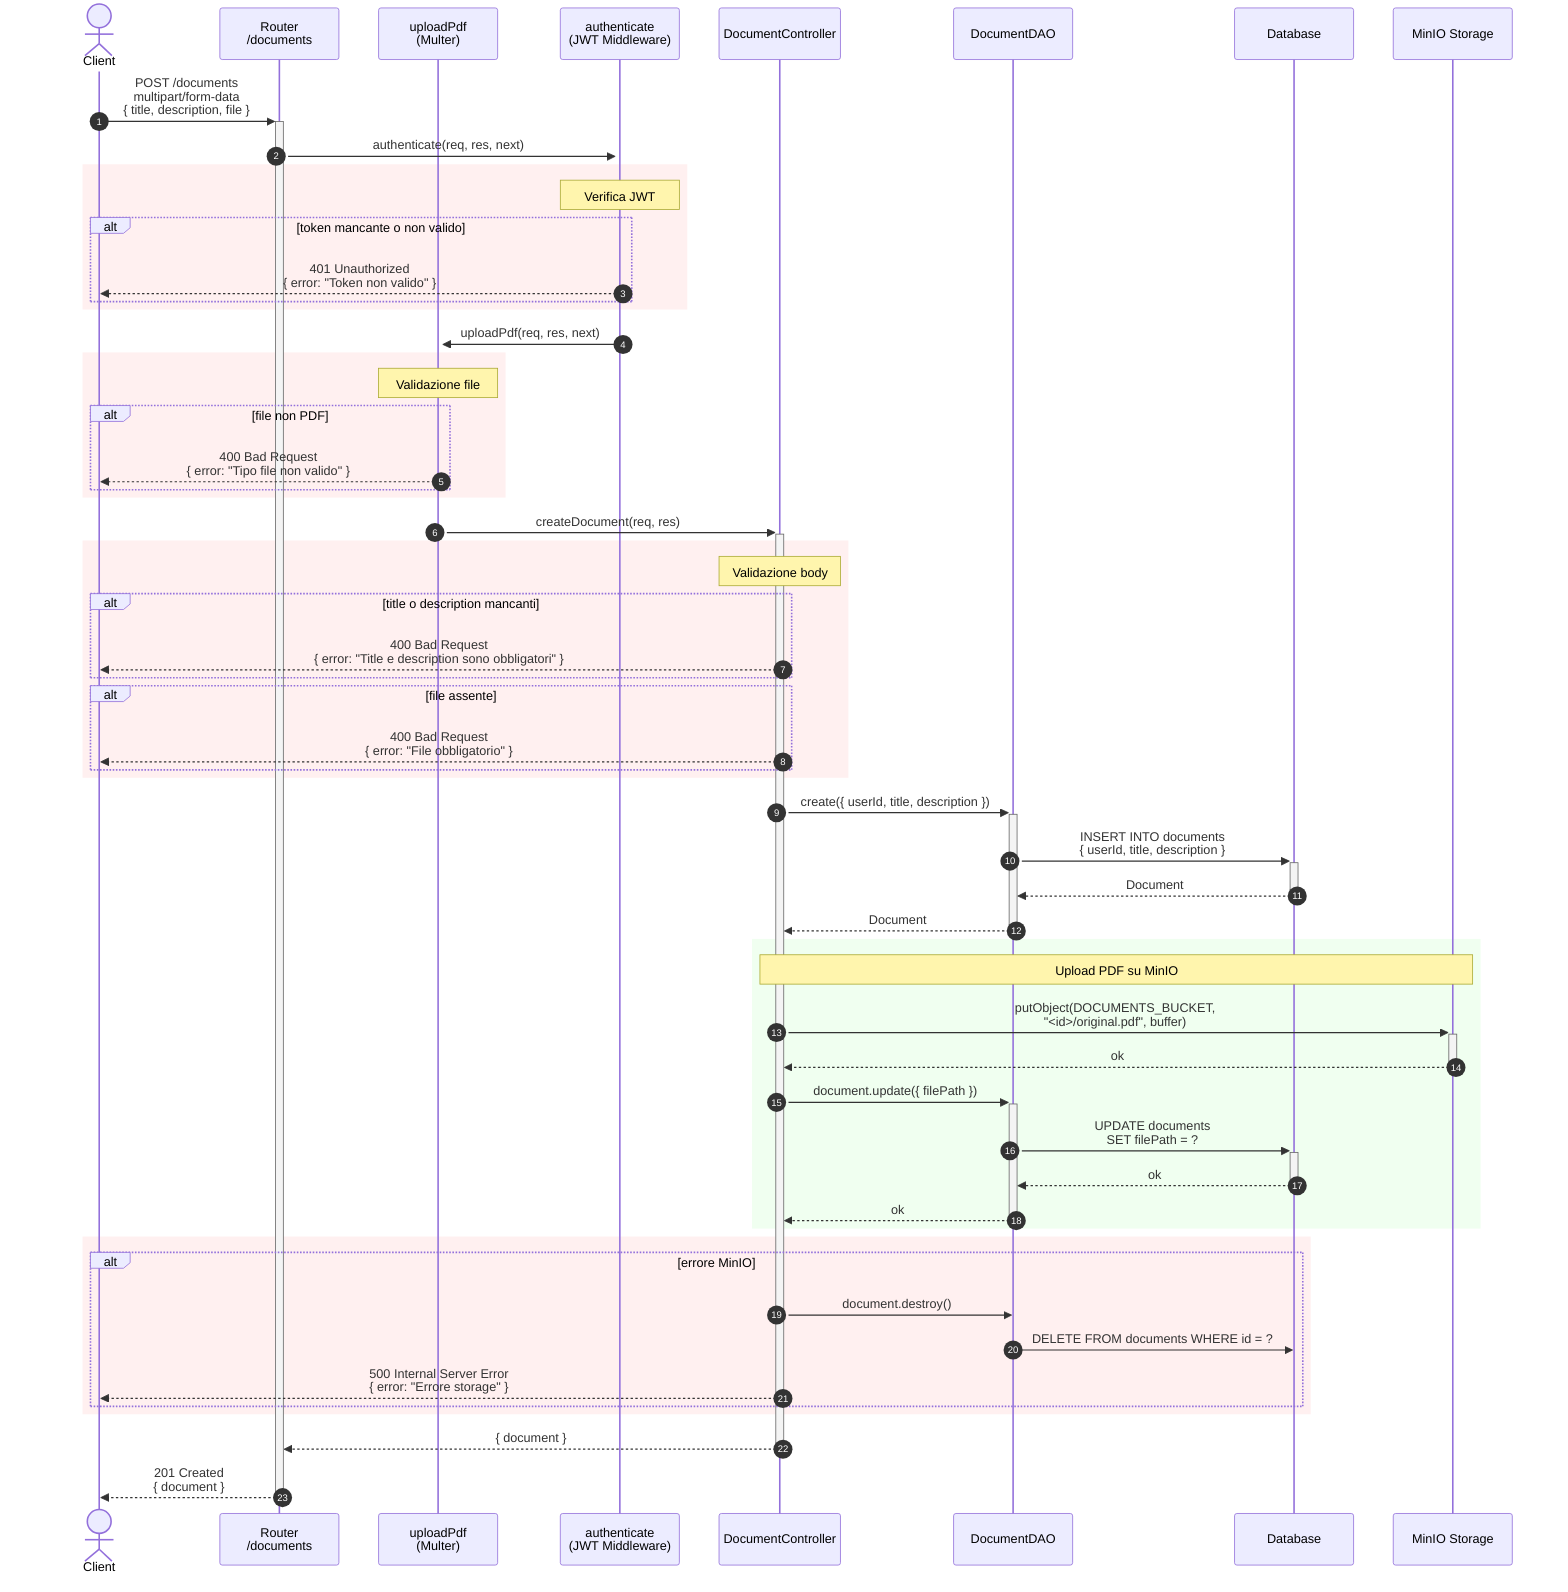
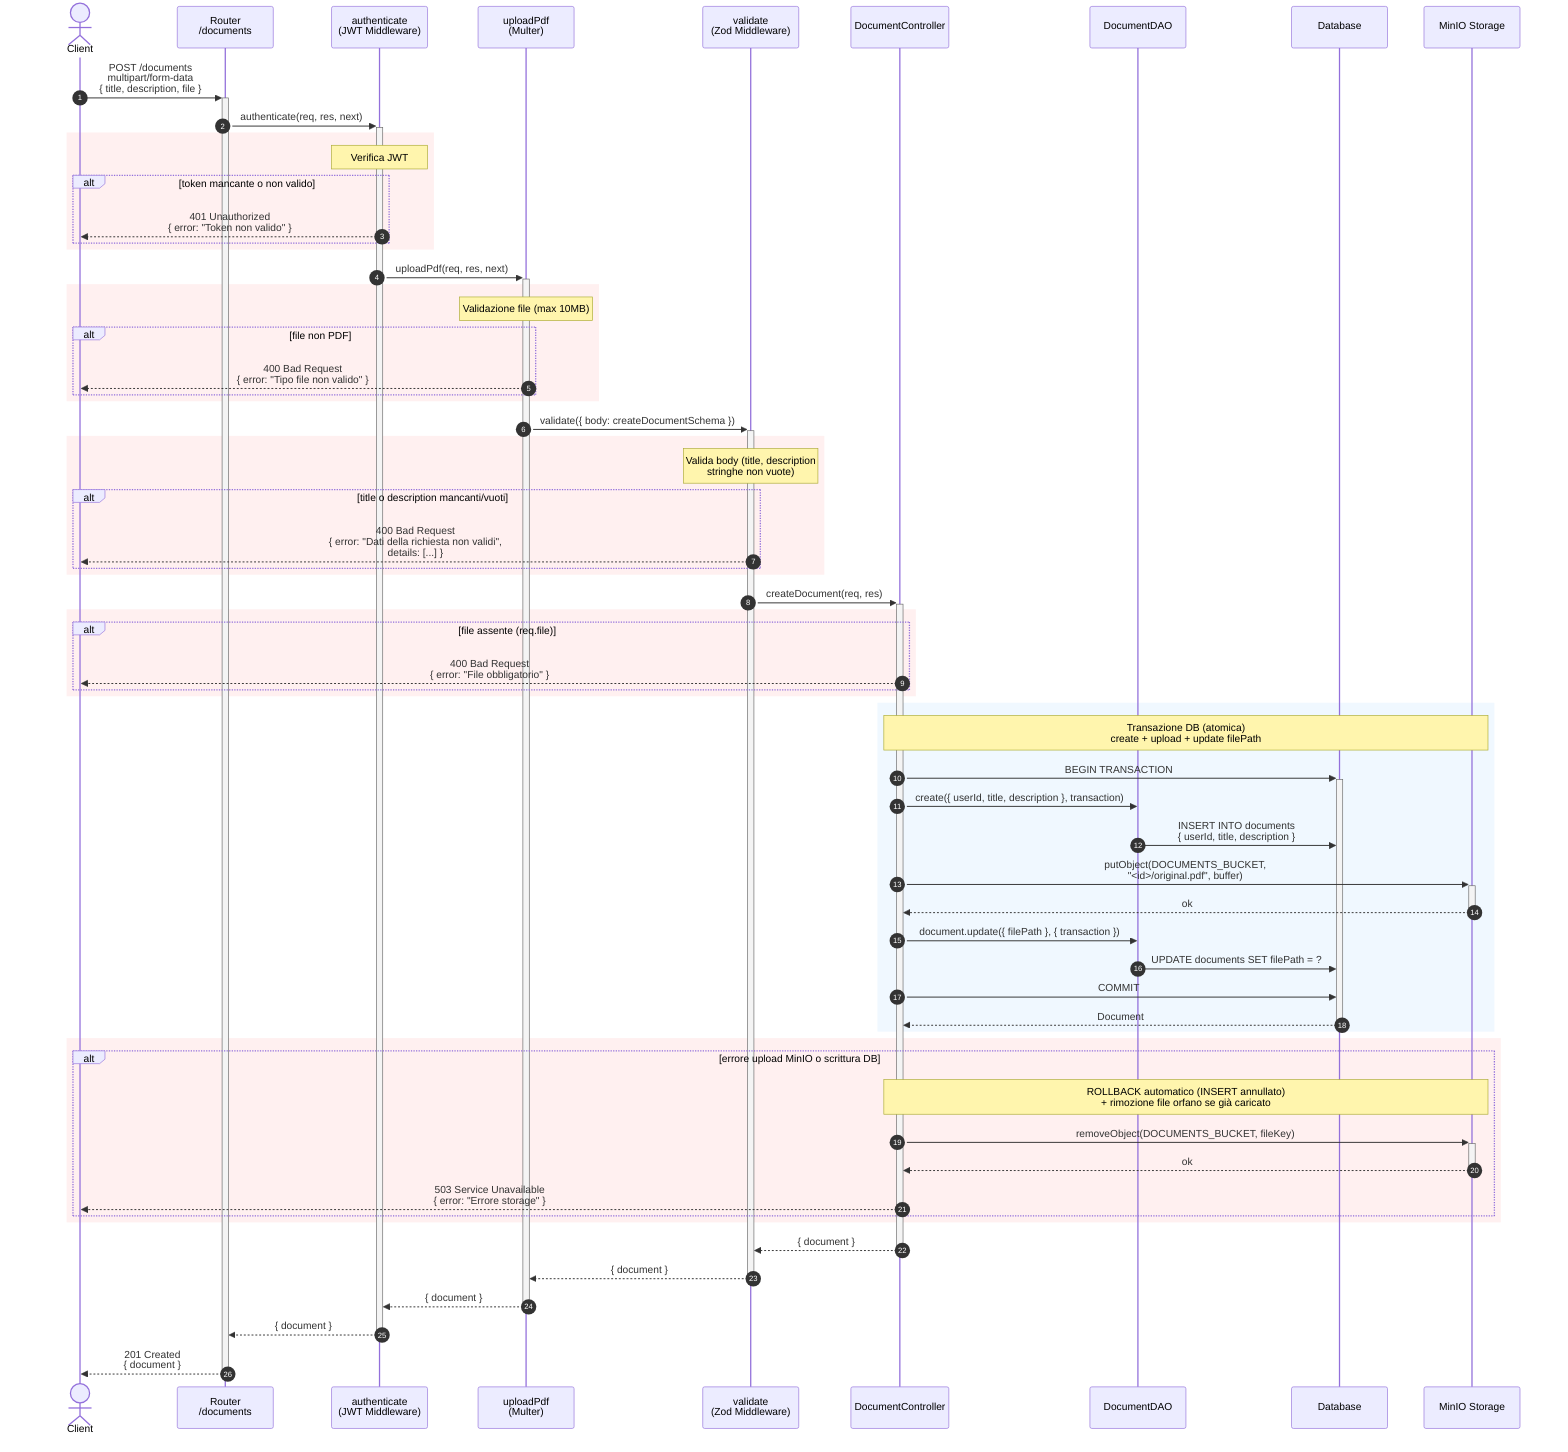
sequenceDiagram
    autonumber
    actor Client
    participant Router as Router<br/>/documents
+     participant Auth as authenticate<br/>(JWT Middleware)
    participant Upload as uploadPdf<br/>(Multer)
-     participant Auth as authenticate<br/>(JWT Middleware)
+     participant Validate as validate<br/>(Zod Middleware)
    participant Controller as DocumentController
    participant DAO as DocumentDAO
    participant DB@{ shape: "database" } as Database
    participant Minio as MinIO Storage

    Client->>+Router: POST /documents<br/>multipart/form-data<br/>{ title, description, file }

    Router->>+Auth: authenticate(req, res, next)

    rect rgb(255, 240, 240)
        note over Auth: Verifica JWT
        alt token mancante o non valido
            Auth-->>Client: 401 Unauthorized<br/>{ error: "Token non valido" }
        end
    end

    Auth->>+Upload: uploadPdf(req, res, next)

    rect rgb(255, 240, 240)
-         note over Upload: Validazione file
+         note over Upload: Validazione file (max 10MB)
        alt file non PDF
            Upload-->>Client: 400 Bad Request<br/>{ error: "Tipo file non valido" }
        end
    end

-     Upload->>+Controller: createDocument(req, res)
+     Upload->>+Validate: validate({ body: createDocumentSchema })

    rect rgb(255, 240, 240)
-         note over Controller: Validazione body
-         alt title o description mancanti
-             Controller-->>Client: 400 Bad Request<br/>{ error: "Title e description sono obbligatori" }
+         note over Validate: Valida body (title, description<br/>stringhe non vuote)
+         alt title o description mancanti/vuoti
+             Validate-->>Client: 400 Bad Request<br/>{ error: "Dati della richiesta non validi",<br/>details: [...] }
        end
-         alt file assente
+     end
+ 
+     Validate->>+Controller: createDocument(req, res)
+ 
+     rect rgb(255, 240, 240)
+         alt file assente (req.file)
            Controller-->>Client: 400 Bad Request<br/>{ error: "File obbligatorio" }
        end
    end

-     Controller->>+DAO: create({ userId, title, description })
-     DAO->>+DB: INSERT INTO documents<br/>{ userId, title, description }
-     DB-->>-DAO: Document
-     DAO-->>-Controller: Document
+     rect rgb(240, 248, 255)
+         note over Controller,Minio: Transazione DB (atomica)<br/>create + upload + update filePath
+         Controller->>+DB: BEGIN TRANSACTION

-     rect rgb(240, 255, 240)
-         note over Controller,Minio: Upload PDF su MinIO
+         Controller->>DAO: create({ userId, title, description }, transaction)
+         DAO->>DB: INSERT INTO documents<br/>{ userId, title, description }
+ 
        Controller->>+Minio: putObject(DOCUMENTS_BUCKET,<br/>"<id>/original.pdf", buffer)
        Minio-->>-Controller: ok
-         Controller->>+DAO: document.update({ filePath })
-         DAO->>+DB: UPDATE documents<br/>SET filePath = ?
-         DB-->>-DAO: ok
-         DAO-->>-Controller: ok
+ 
+         Controller->>DAO: document.update({ filePath }, { transaction })
+         DAO->>DB: UPDATE documents SET filePath = ?
+ 
+         Controller->>DB: COMMIT
+         DB-->>-Controller: Document
    end

    rect rgb(255, 240, 240)
-         alt errore MinIO
-             Controller->>DAO: document.destroy()
-             DAO->>DB: DELETE FROM documents WHERE id = ?
-             Controller-->>Client: 500 Internal Server Error<br/>{ error: "Errore storage" }
+         alt errore upload MinIO o scrittura DB
+             note over Controller,Minio: ROLLBACK automatico (INSERT annullato)<br/>+ rimozione file orfano se già caricato
+             Controller->>+Minio: removeObject(DOCUMENTS_BUCKET, fileKey)
+             Minio-->>-Controller: ok
+             Controller-->>Client: 503 Service Unavailable<br/>{ error: "Errore storage" }
        end
    end

-     Controller-->>-Router: { document }
-     Router-->>-Client: 201 Created<br/>{ document }+     Controller-->>-Validate: { document }
+     Validate-->>-Upload: { document }
+     Upload-->>-Auth: { document }
+     Auth-->>-Router: { document }
+     Router-->>-Client: 201 Created<br/>{ document }
